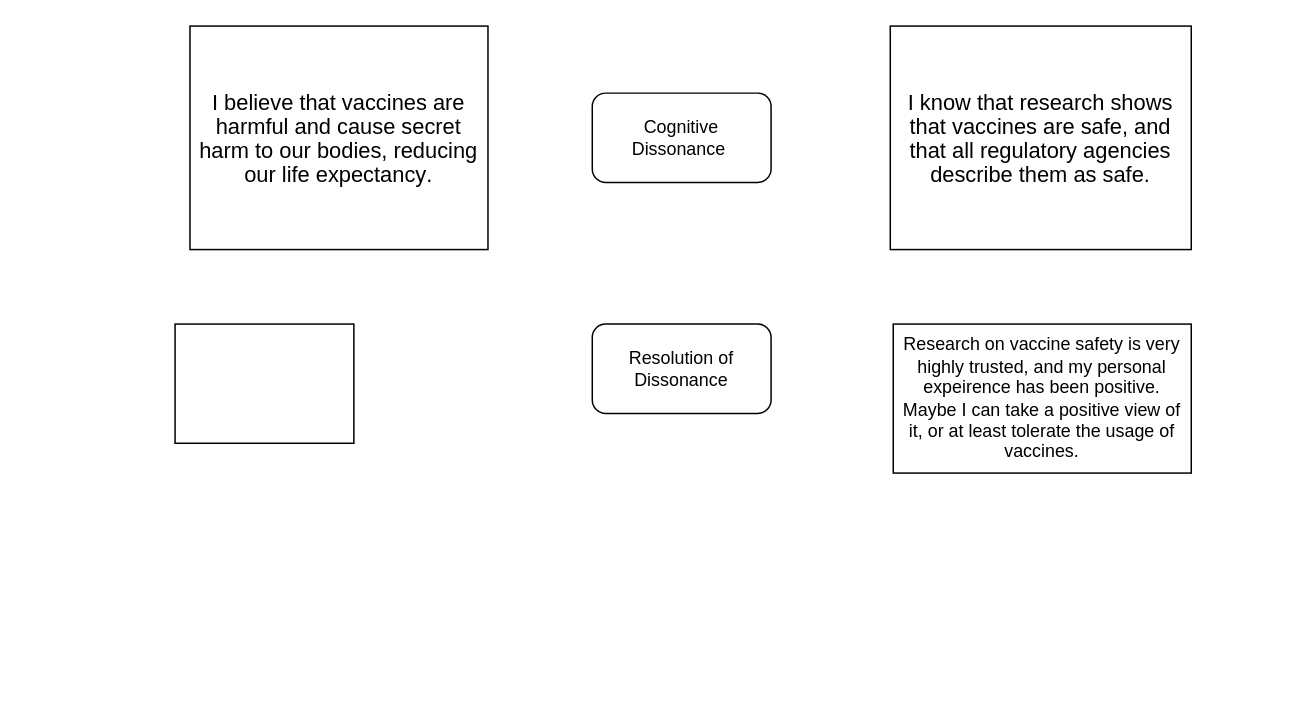
The draw.io diagram Example of Vaccines.drawio in Riklik101/Chemistry-Experiments, before the edit. Source tidied: cells renumbered, new cells numbered last; positions are measured from the earlier drawing's top-left corner, leaving out a move shared by most shapes. Both pictures are drawn from the tidied source at 149%, with x=0, y=0 at pixel (174, 25).
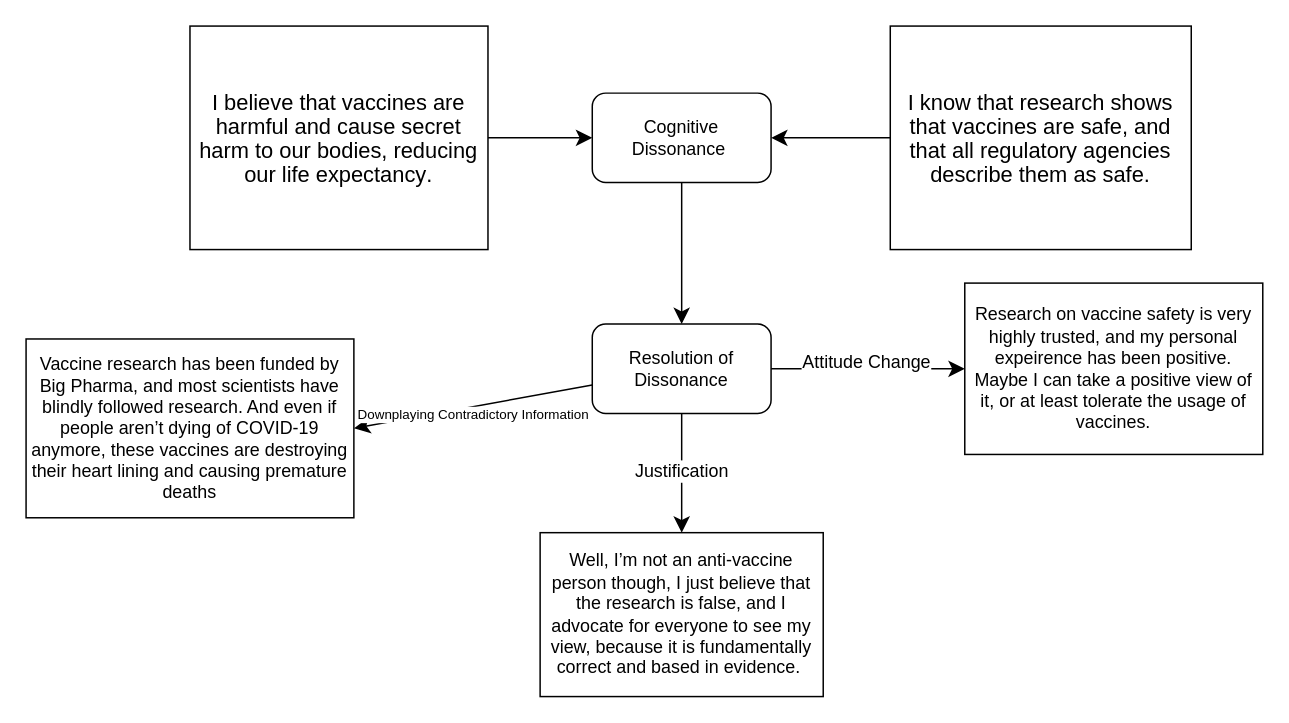
After the change.

What changed in the source:
```diff
@@
 <mxGraphModel>
   <root>
     <mxCell id="0" />
     <mxCell id="1" parent="0" />
+    <mxCell id="8" style="edgeStyle=none;curved=1;rounded=0;jettySize=auto;html=1;entryX=0;entryY=0.5;entryDx=0;entryDy=0;fontSize=12;startSize=8;endSize=8;" parent="1" edge="1" source="2" target="4">
+      <mxGeometry relative="1" as="geometry" />
+    </mxCell>
     <mxCell id="2" value="&lt;p style=&quot;margin: 0px; font-style: normal; font-variant-caps: normal; font-width: normal; font-size: 14.7px; line-height: normal; font-family: Arial; font-size-adjust: none; font-kerning: auto; font-variant-alternates: normal; font-variant-ligatures: normal; font-variant-numeric: normal; font-variant-east-asian: normal; font-variant-position: normal; font-feature-settings: normal; font-optical-sizing: auto; font-variation-settings: normal; -webkit-text-stroke-width: 0px; -webkit-text-stroke-color: rgb(0, 0, 0);&quot;&gt;&lt;span style=&quot;font-size: 14.67px; font-kerning: none;&quot;&gt;I believe that vaccines are harmful and cause secret harm to our bodies, reducing our life expectancy.&lt;/span&gt;&lt;/p&gt;" style="rounded=0;whiteSpace=wrap;html=1;" parent="1" vertex="1">
       <mxGeometry x="10" width="200" height="150" as="geometry" />
     </mxCell>
+    <mxCell id="9" style="edgeStyle=none;curved=1;rounded=0;jettySize=auto;html=1;entryX=1;entryY=0.5;entryDx=0;entryDy=0;fontSize=12;startSize=8;endSize=8;" parent="1" edge="1" source="3" target="4">
+      <mxGeometry relative="1" as="geometry" />
+    </mxCell>
     <mxCell id="3" value="&lt;p style=&quot;margin: 0px; font-style: normal; font-variant-caps: normal; font-width: normal; font-size: 14.7px; line-height: normal; font-family: Arial; font-size-adjust: none; font-kerning: auto; font-variant-alternates: normal; font-variant-ligatures: normal; font-variant-numeric: normal; font-variant-east-asian: normal; font-variant-position: normal; font-variant-emoji: normal; font-feature-settings: normal; font-optical-sizing: auto; font-variation-settings: normal; -webkit-text-stroke-width: 0px; -webkit-text-stroke-color: rgb(0, 0, 0);&quot;&gt;&lt;span style=&quot;font-size: 14.67px; font-kerning: none;&quot;&gt;I know that research shows that vaccines are safe, and that all regulatory agencies describe them as safe.&lt;/span&gt;&lt;/p&gt;" style="rounded=0;whiteSpace=wrap;html=1;" parent="1" vertex="1">
       <mxGeometry x="480" width="202" height="150" as="geometry" />
     </mxCell>
+    <mxCell id="10" style="edgeStyle=none;curved=1;rounded=0;jettySize=auto;html=1;entryX=0.5;entryY=0;entryDx=0;entryDy=0;fontSize=12;startSize=8;endSize=8;" parent="1" edge="1" source="4" target="5">
+      <mxGeometry relative="1" as="geometry" />
+    </mxCell>
     <mxCell id="4" value="Cognitive Dissonance&amp;nbsp;" style="rounded=1;whiteSpace=wrap;html=1;" parent="1" vertex="1">
       <mxGeometry x="280" y="45" width="120" height="60" as="geometry" />
     </mxCell>
+    <mxCell id="11" style="edgeStyle=none;curved=1;rounded=0;jettySize=auto;html=1;entryX=0.5;entryY=0;entryDx=0;entryDy=0;fontSize=12;startSize=8;endSize=8;" parent="1" edge="1" source="5" target="17">
+      <mxGeometry relative="1" as="geometry" />
+    </mxCell>
+    <mxCell id="12" value="Justification" style="edgeLabel;html=1;align=center;verticalAlign=middle;fontSize=12;" parent="11" vertex="1">
+      <mxGeometry x="-0.04" y="-1" relative="1" as="geometry" />
+    </mxCell>
+    <mxCell id="13" style="edgeStyle=none;curved=1;rounded=0;jettySize=auto;html=1;entryX=0;entryY=0.5;entryDx=0;entryDy=0;fontSize=12;startSize=8;endSize=8;" parent="1" edge="1" source="5" target="6">
+      <mxGeometry relative="1" as="geometry" />
+    </mxCell>
+    <mxCell id="14" value="Attitude Change" style="edgeLabel;html=1;align=center;verticalAlign=middle;fontSize=12;" parent="13" vertex="1">
+      <mxGeometry x="-0.03" y="5" relative="1" as="geometry" />
+    </mxCell>
+    <mxCell id="15" style="edgeStyle=none;curved=1;rounded=0;jettySize=auto;html=1;entryX=1;entryY=0.5;entryDx=0;entryDy=0;fontSize=12;startSize=8;endSize=8;" parent="1" edge="1" source="5" target="7">
+      <mxGeometry relative="1" as="geometry" />
+    </mxCell>
+    <mxCell id="16" value="Downplaying Contradictory Information" style="edgeLabel;html=1;align=center;verticalAlign=middle;fontSize=9;" parent="15" vertex="1">
+      <mxGeometry x="-0.28" y="-2" relative="1" as="geometry">
+        <mxPoint x="-22" y="11" as="offset" />
+      </mxGeometry>
+    </mxCell>
     <mxCell id="5" value="Resolution of Dissonance" style="rounded=1;whiteSpace=wrap;html=1;" parent="1" vertex="1">
       <mxGeometry x="280" y="200" width="120" height="60" as="geometry" />
     </mxCell>
     <mxCell id="6" value="Research on vaccine safety is very highly trusted, and my personal expeirence has been positive. Maybe I can take a positive view of it, or at least tolerate the usage of vaccines." style="rounded=0;whiteSpace=wrap;html=1;" parent="1" vertex="1">
-      <mxGeometry x="482" y="200" width="200" height="100" as="geometry" />
+      <mxGeometry x="530" y="172.5" width="200" height="115" as="geometry" />
     </mxCell>
-    <mxCell id="7" style="rounded=0;whiteSpace=wrap;html=1;" parent="1" vertex="1">
-      <mxGeometry y="200" width="120" height="80" as="geometry" />
+    <mxCell id="7" value="Vaccine research has been funded by Big Pharma, and most scientists have blindly followed research. And even if people aren’t dying of COVID-19 anymore, these vaccines are destroying their heart lining and causing premature deaths" style="rounded=0;whiteSpace=wrap;html=1;" parent="1" vertex="1">
+      <mxGeometry x="-100" y="210" width="220" height="120" as="geometry" />
     </mxCell>
+    <mxCell id="17" value="Well, I’m not an anti-vaccine person though, I just believe that the research is false, and I advocate for everyone to see my view, because it is fundamentally correct and based in evidence.&amp;nbsp;" style="rounded=0;whiteSpace=wrap;html=1;" parent="1" vertex="1">
+      <mxGeometry x="245" y="340" width="190" height="110" as="geometry" />
+    </mxCell>
   </root>
 </mxGraphModel>
```
